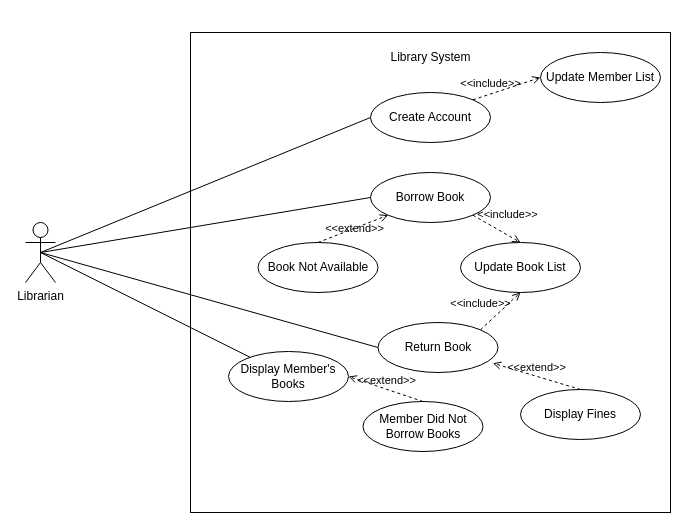
Before: diagrams/use_case_diagram.drawio in Hemant-Mooneea/CST2550-Library-System, a draw.io diagram. Source tidied: cells renumbered, new cells numbered last; positions are measured from the earlier drawing's top-left corner, leaving out a move shared by most shapes. Both pictures are drawn from the tidied source at 100%, with x=0, y=0 at pixel (25, 32).
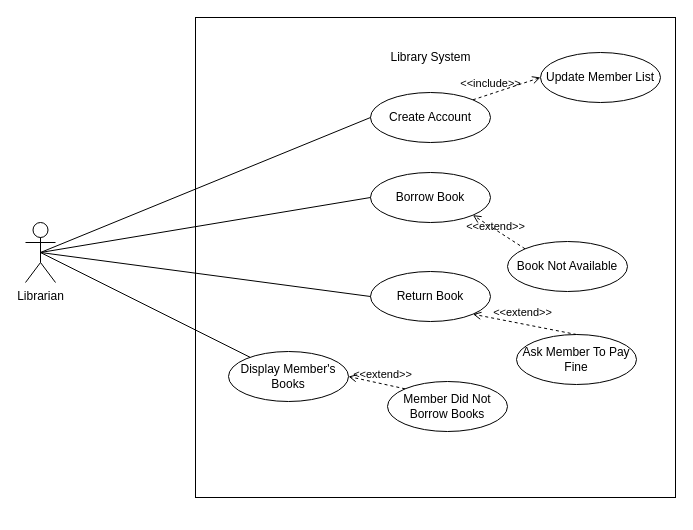
After the change.

Unchanged cells that the change refers to:
```xml
<mxCell id="6" value="Borrow Book" style="ellipse;whiteSpace=wrap;html=1;" parent="1" vertex="1">
  <mxGeometry x="345" y="140" width="120" height="50" as="geometry" />
</mxCell>
<mxCell id="12" value="Display Member's Books" style="ellipse;whiteSpace=wrap;html=1;" parent="1" vertex="1">
  <mxGeometry x="203" y="319" width="120" height="50" as="geometry" />
</mxCell>
```

Diff of the diagram source:
```diff
@@
     <mxCell id="2" style="whiteSpace=wrap;html=1;" parent="1" vertex="1">
-      <mxGeometry x="165" width="480" height="480" as="geometry" />
+      <mxGeometry x="170" y="-15" width="480" height="480" as="geometry" />
     </mxCell>
@@
     <mxCell id="7" value="Return Book" style="ellipse;whiteSpace=wrap;html=1;" parent="1" vertex="1">
-      <mxGeometry x="352.5" y="290" width="120" height="50" as="geometry" />
+      <mxGeometry x="345" y="239" width="120" height="50" as="geometry" />
     </mxCell>
-    <mxCell id="8" value="Display Fines" style="ellipse;whiteSpace=wrap;html=1;" parent="1" vertex="1">
-      <mxGeometry x="495" y="357" width="120" height="50" as="geometry" />
+    <mxCell id="8" value="Ask Member To Pay Fine" style="ellipse;whiteSpace=wrap;html=1;" parent="1" vertex="1">
+      <mxGeometry x="491" y="302" width="120" height="50" as="geometry" />
     </mxCell>
@@
     <mxCell id="14" value="Book Not Available" style="ellipse;whiteSpace=wrap;html=1;" parent="1" vertex="1">
-      <mxGeometry x="232.5" y="210" width="120" height="50" as="geometry" />
+      <mxGeometry x="482" y="209" width="120" height="50" as="geometry" />
     </mxCell>
     <mxCell id="15" value="Member Did Not Borrow Books" style="ellipse;whiteSpace=wrap;html=1;" parent="1" vertex="1">
-      <mxGeometry x="337.5" y="369" width="120" height="50" as="geometry" />
+      <mxGeometry x="362" y="349" width="120" height="50" as="geometry" />
     </mxCell>
@@
-    <mxCell id="18" value="&amp;lt;&amp;lt;extend&amp;gt;&amp;gt;" style="html=1;verticalAlign=bottom;labelBackgroundColor=none;endArrow=open;endFill=0;dashed=1;entryX=0;entryY=1;entryDx=0;entryDy=0;exitX=0.5;exitY=0;exitDx=0;exitDy=0;" parent="1" edge="1" source="14" target="6">
-      <mxGeometry x="-0.04" y="-9" relative="1" as="geometry" />
+    <mxCell id="18" value="&amp;lt;&amp;lt;extend&amp;gt;&amp;gt;" style="html=1;verticalAlign=bottom;labelBackgroundColor=none;endArrow=open;endFill=0;dashed=1;exitX=0;exitY=0;exitDx=0;exitDy=0;entryX=1;entryY=1;entryDx=0;entryDy=0;" parent="1" edge="1" source="14" target="6">
+      <mxGeometry x="0.03" y="5" relative="1" as="geometry" />
     </mxCell>
-    <mxCell id="19" value="&amp;lt;&amp;lt;extend&amp;gt;&amp;gt;" style="html=1;verticalAlign=bottom;labelBackgroundColor=none;endArrow=open;endFill=0;dashed=1;entryX=0.957;entryY=0.814;entryDx=0;entryDy=0;exitX=0.5;exitY=0;exitDx=0;exitDy=0;entryPerimeter=0;" parent="1" edge="1" source="8" target="7">
-      <mxGeometry relative="1" as="geometry" />
+    <mxCell id="19" value="&amp;lt;&amp;lt;extend&amp;gt;&amp;gt;" style="html=1;verticalAlign=bottom;labelBackgroundColor=none;endArrow=open;endFill=0;dashed=1;entryX=1;entryY=1;entryDx=0;entryDy=0;exitX=0.5;exitY=0;exitDx=0;exitDy=0;" parent="1" edge="1" source="8" target="7">
+      <mxGeometry x="0.04" y="-2" relative="1" as="geometry" />
     </mxCell>
-    <mxCell id="20" value="Update Book List" style="ellipse;whiteSpace=wrap;html=1;" parent="1" vertex="1">
-      <mxGeometry x="435" y="210" width="120" height="50" as="geometry" />
-    </mxCell>
-    <mxCell id="21" value="&amp;lt;&amp;lt;include&amp;gt;&amp;gt;" style="html=1;verticalAlign=bottom;labelBackgroundColor=none;endArrow=open;endFill=0;dashed=1;entryX=0.5;entryY=0;entryDx=0;entryDy=0;exitX=1;exitY=1;exitDx=0;exitDy=0;" parent="1" edge="1" source="6" target="20">
-      <mxGeometry x="0.25" y="10" relative="1" as="geometry" />
-    </mxCell>
-    <mxCell id="22" value="&amp;lt;&amp;lt;include&amp;gt;&amp;gt;" style="html=1;verticalAlign=bottom;labelBackgroundColor=none;endArrow=open;endFill=0;dashed=1;entryX=0.5;entryY=1;entryDx=0;entryDy=0;exitX=1;exitY=0;exitDx=0;exitDy=0;" parent="1" edge="1" source="7" target="20">
-      <mxGeometry x="-0.57" y="13" relative="1" as="geometry" />
-    </mxCell>
-    <mxCell id="23" value="&amp;lt;&amp;lt;extend&amp;gt;&amp;gt;" style="html=1;verticalAlign=bottom;labelBackgroundColor=none;endArrow=open;endFill=0;dashed=1;entryX=1;entryY=0.5;entryDx=0;entryDy=0;exitX=0.5;exitY=0;exitDx=0;exitDy=0;" parent="1" edge="1" source="15" target="12">
-      <mxGeometry relative="1" as="geometry" />
+    <mxCell id="23" value="&amp;lt;&amp;lt;extend&amp;gt;&amp;gt;" style="html=1;verticalAlign=bottom;labelBackgroundColor=none;endArrow=open;endFill=0;dashed=1;entryX=1;entryY=0.5;entryDx=0;entryDy=0;exitX=0;exitY=0;exitDx=0;exitDy=0;" parent="1" edge="1" source="15" target="12">
+      <mxGeometry x="-0.21" relative="1" as="geometry" />
     </mxCell>
```
